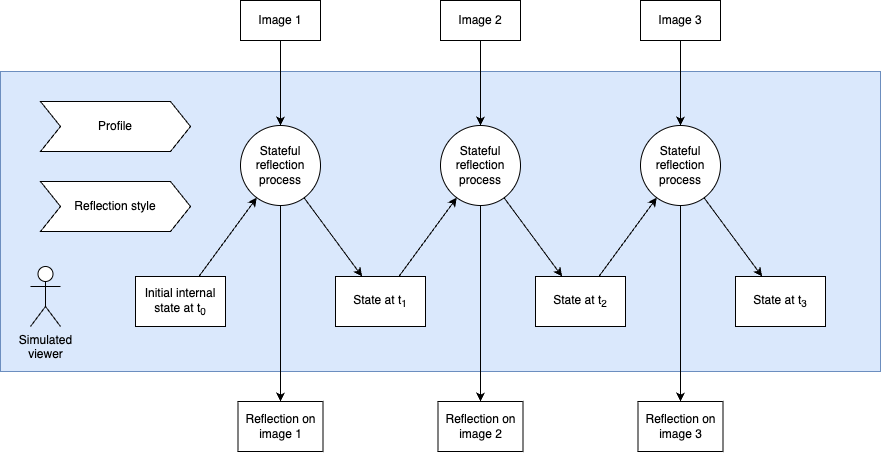
Above: docs/architecture.png in fredericbenard/stateful-viewers (draw.io), before the change. Source tidied: cells renumbered, new cells last; positions are measured from the earlier drawing's top-left corner, leaving out a move shared by most shapes.
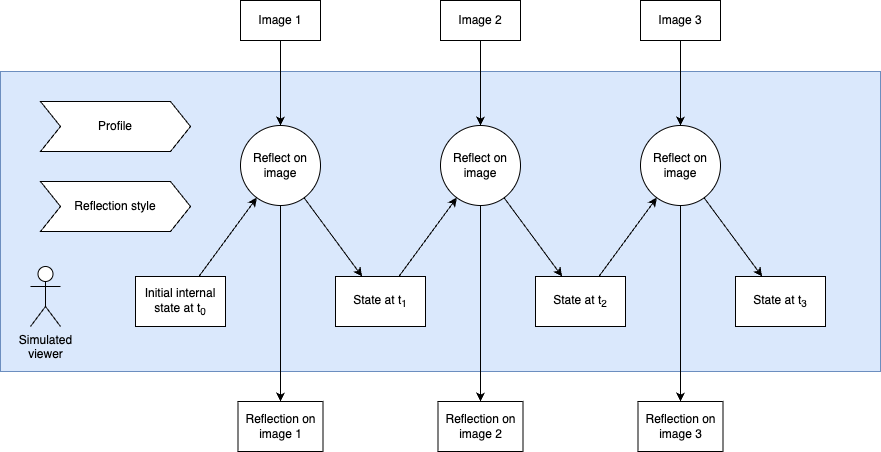
Above is the later version.

Commit message:
Arch diagram

Diff of the diagram source:
```diff
@@ -41,7 +41,7 @@
     <mxCell id="14" style="endArrow=classic;html=1;" parent="1" edge="1" source="3" target="15">
       <mxGeometry relative="1" as="geometry" />
     </mxCell>
-    <mxCell id="15" value="Stateful reflection process" style="ellipse;whiteSpace=wrap;html=1;" parent="1" vertex="1">
+    <mxCell id="15" value="Reflect on image" style="ellipse;whiteSpace=wrap;html=1;" parent="1" vertex="1">
       <mxGeometry x="240" y="125" width="80" height="80" as="geometry" />
     </mxCell>
     <mxCell id="16" style="endArrow=classic;html=1;" parent="1" edge="1" source="15" target="11">
@@ -50,7 +50,7 @@
     <mxCell id="17" style="endArrow=classic;html=1;" parent="1" edge="1" source="15" target="4">
       <mxGeometry relative="1" as="geometry" />
     </mxCell>
-    <mxCell id="18" value="Stateful reflection process" style="ellipse;whiteSpace=wrap;html=1;" parent="1" vertex="1">
+    <mxCell id="18" value="&lt;span style=&quot;color: rgb(0, 0, 0);&quot;&gt;Reflect on image&lt;/span&gt;" style="ellipse;whiteSpace=wrap;html=1;" parent="1" vertex="1">
       <mxGeometry x="440" y="125" width="80" height="80" as="geometry" />
     </mxCell>
     <mxCell id="19" style="endArrow=classic;html=1;" parent="1" edge="1" source="18" target="23">
@@ -68,7 +68,7 @@
     <mxCell id="23" value="Reflection on image 2" style="rounded=0;whiteSpace=wrap;html=1;" parent="1" vertex="1">
       <mxGeometry x="437.5" y="401" width="85" height="50" as="geometry" />
     </mxCell>
-    <mxCell id="24" value="Stateful reflection process" style="ellipse;whiteSpace=wrap;html=1;" parent="1" vertex="1">
+    <mxCell id="24" value="&lt;span style=&quot;color: rgb(0, 0, 0);&quot;&gt;Reflect on image&lt;/span&gt;" style="ellipse;whiteSpace=wrap;html=1;" parent="1" vertex="1">
       <mxGeometry x="640" y="125" width="80" height="80" as="geometry" />
     </mxCell>
     <mxCell id="25" style="endArrow=classic;html=1;" parent="1" edge="1" source="24" target="12">
```
